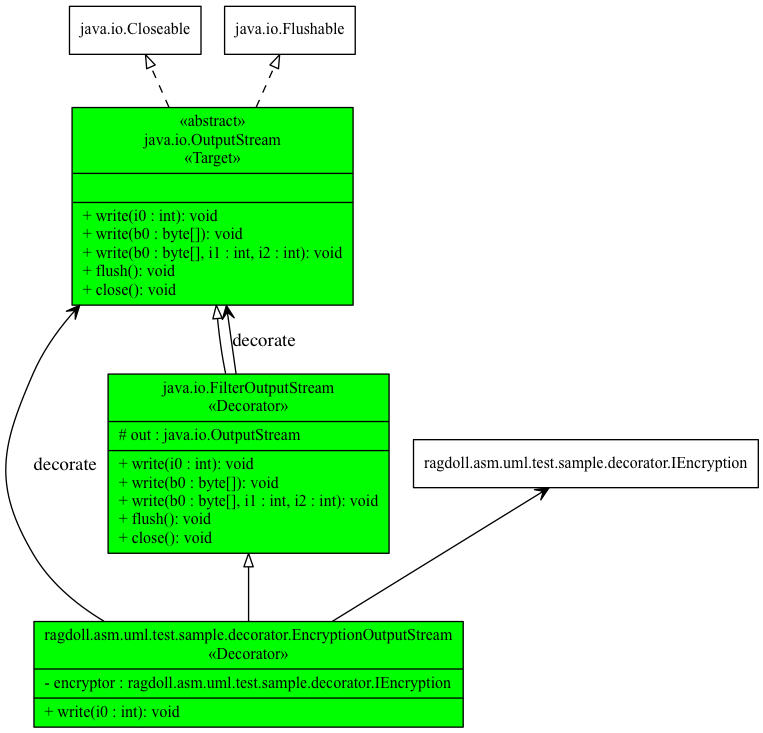
This is demo/wut.png from SashaMoe/Ragdoll, a Graphviz export, as it was before one commit. Its source is kept beside it as demo/wut.gv.
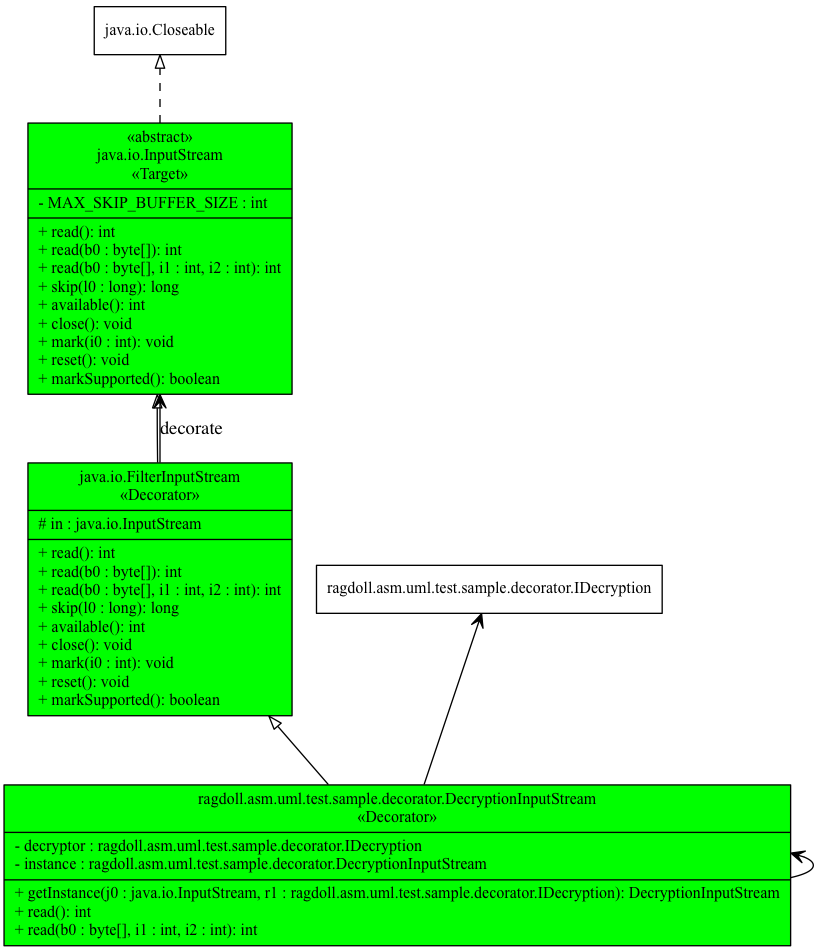
The same diagram one commit later.

The edit, as a diff of the source:
```diff
@@ -7,19 +7,78 @@
 fontsize = 12
 shape = "record"
 ]
-"java.io.OutputStream" [
+"java.io.FilterInputStream" [
 color=black
 fillcolor="green"
 style=filled
-label = "{«abstract»\njava.io.OutputStream
-«Target»||+ write(i0 : int): void\l+ write(b0 : byte[]): void\l+ write(b0 : byte[], i1 : int, i2 : int): void\l+ flush(): void\l+ close(): void\l}"
+label = "{java.io.FilterInputStream
+«Decorator»|# in : java.io.InputStream\l|+ read(): int\l+ read(b0 : byte[]): int\l+ read(b0 : byte[], i1 : int, i2 : int): int\l+ skip(l0 : long): long\l+ available(): int\l+ close(): void\l+ mark(i0 : int): void\l+ reset(): void\l+ markSupported(): boolean\l}"
 ]
 edge [
 style = "dashed"
 arrowhead = "empty"
 ]
-"java.io.OutputStream" -> "java.io.Closeable"
-"java.io.OutputStream" -> "java.io.Flushable"
+edge [
+style = "solid"
+arrowhead = "empty"
+]
+"java.io.FilterInputStream" -> "java.io.InputStream"
+edge [
+style = "dashed"
+arrowhead = "vee"
+]
+edge [
+style = "solid"
+arrowhead = "vee"
+label = "decorate"
+]
+"java.io.FilterInputStream" -> "java.io.InputStream"
+edge [label=" "]
+"ragdoll.asm.uml.test.sample.decorator.DecryptionInputStream" [
+color=black
+fillcolor="green"
+style=filled
+label = "{ragdoll.asm.uml.test.sample.decorator.DecryptionInputStream
+«Decorator»|- decryptor : ragdoll.asm.uml.test.sample.decorator.IDecryption\l- instance : ragdoll.asm.uml.test.sample.decorator.DecryptionInputStream\l|+ getInstance(j0 : java.io.InputStream, r1 : ragdoll.asm.uml.test.sample.decorator.IDecryption): DecryptionInputStream\l+ read(): int\l+ read(b0 : byte[], i1 : int, i2 : int): int\l}"
+]
+edge [
+style = "dashed"
+arrowhead = "empty"
+]
+edge [
+style = "solid"
+arrowhead = "empty"
+]
+"ragdoll.asm.uml.test.sample.decorator.DecryptionInputStream" -> "java.io.FilterInputStream"
+edge [
+style = "dashed"
+arrowhead = "vee"
+]
+edge [
+style = "solid"
+arrowhead = "vee"
+label = " "
+]
+"ragdoll.asm.uml.test.sample.decorator.DecryptionInputStream" -> "ragdoll.asm.uml.test.sample.decorator.IDecryption"
+edge [
+style = "solid"
+arrowhead = "vee"
+label = " "
+]
+"ragdoll.asm.uml.test.sample.decorator.DecryptionInputStream" -> "ragdoll.asm.uml.test.sample.decorator.DecryptionInputStream"
+edge [label=" "]
+"java.io.InputStream" [
+color=black
+fillcolor="green"
+style=filled
+label = "{«abstract»\njava.io.InputStream
+«Target»|- MAX_SKIP_BUFFER_SIZE : int\l|+ read(): int\l+ read(b0 : byte[]): int\l+ read(b0 : byte[], i1 : int, i2 : int): int\l+ skip(l0 : long): long\l+ available(): int\l+ close(): void\l+ mark(i0 : int): void\l+ reset(): void\l+ markSupported(): boolean\l}"
+]
+edge [
+style = "dashed"
+arrowhead = "empty"
+]
+"java.io.InputStream" -> "java.io.Closeable"
 edge [
 style = "solid"
 arrowhead = "empty"
@@ -29,64 +88,4 @@
 arrowhead = "vee"
 ]
 edge [label=" "]
-"ragdoll.asm.uml.test.sample.decorator.EncryptionOutputStream" [
-color=black
-fillcolor="green"
-style=filled
-label = "{ragdoll.asm.uml.test.sample.decorator.EncryptionOutputStream
-«Decorator»|- encryptor : ragdoll.asm.uml.test.sample.decorator.IEncryption\l|+ write(i0 : int): void\l}"
-]
-edge [
-style = "dashed"
-arrowhead = "empty"
-]
-edge [
-style = "solid"
-arrowhead = "empty"
-]
-"ragdoll.asm.uml.test.sample.decorator.EncryptionOutputStream" -> "java.io.FilterOutputStream"
-edge [
-style = "dashed"
-arrowhead = "vee"
-]
-edge [
-style = "solid"
-arrowhead = "vee"
-label = " "
-]
-"ragdoll.asm.uml.test.sample.decorator.EncryptionOutputStream" -> "ragdoll.asm.uml.test.sample.decorator.IEncryption"
-edge [
-style = "solid"
-arrowhead = "vee"
-label = "decorate"
-]
-"ragdoll.asm.uml.test.sample.decorator.EncryptionOutputStream" -> "java.io.OutputStream"
-edge [label=" "]
-"java.io.FilterOutputStream" [
-color=black
-fillcolor="green"
-style=filled
-label = "{java.io.FilterOutputStream
-«Decorator»|# out : java.io.OutputStream\l|+ write(i0 : int): void\l+ write(b0 : byte[]): void\l+ write(b0 : byte[], i1 : int, i2 : int): void\l+ flush(): void\l+ close(): void\l}"
-]
-edge [
-style = "dashed"
-arrowhead = "empty"
-]
-edge [
-style = "solid"
-arrowhead = "empty"
-]
-"java.io.FilterOutputStream" -> "java.io.OutputStream"
-edge [
-style = "dashed"
-arrowhead = "vee"
-]
-edge [
-style = "solid"
-arrowhead = "vee"
-label = "decorate"
-]
-"java.io.FilterOutputStream" -> "java.io.OutputStream"
-edge [label=" "]
 }
```
